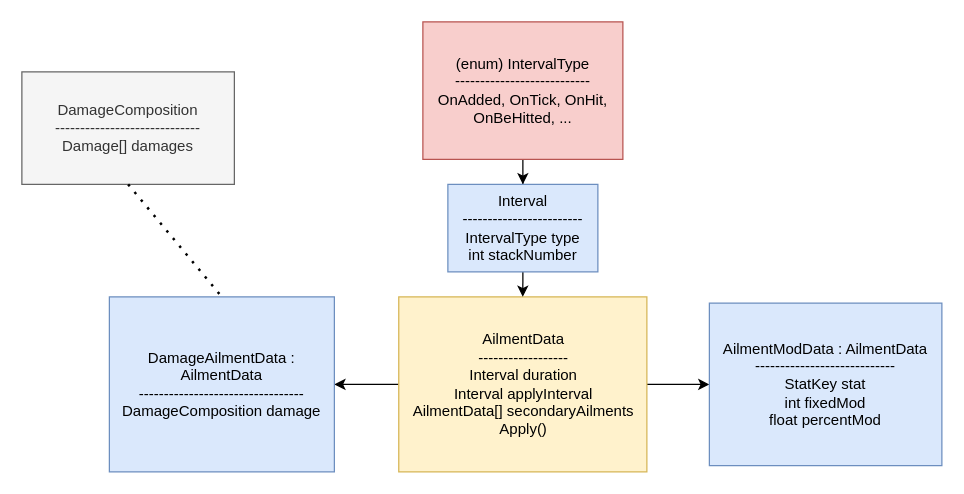
This is page "Ailments" (3 of 8) of workflows/Inventory,Skills & Effects.drawio from moretech1402/Unity-Scripts, a draw.io file, before an edit. Source tidied: cells renumbered, new cells numbered last; positions are measured from the earlier drawing's top-left corner, leaving out a move shared by most shapes. Both pictures are drawn from the tidied source at 125%, with x=0, y=0 at pixel (21, 21).
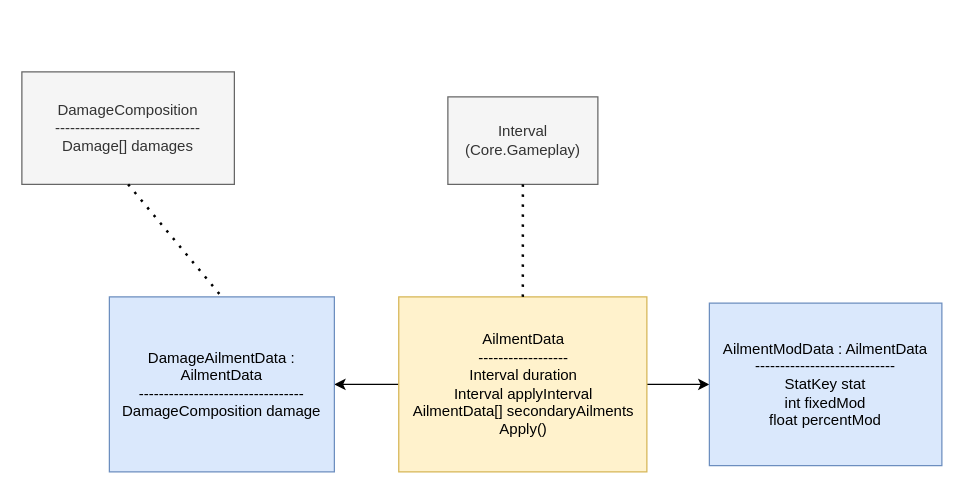
After the change.

Commit message (it also covers changes not shown here):
Update : extra effects with interval (diagram)

What changed in the source:
```diff
@@
 <mxGraphModel>
   <root>
     <mxCell id="0" />
     <mxCell id="1" parent="0" />
     <mxCell id="2" style="edgeStyle=orthogonalEdgeStyle;rounded=0;jettySize=auto;html=1;entryX=1;entryY=0.5;entryDx=0;entryDy=0;" parent="1" edge="1" source="4" target="9">
       <mxGeometry relative="1" as="geometry" />
     </mxCell>
     <mxCell id="3" style="edgeStyle=orthogonalEdgeStyle;rounded=0;jettySize=auto;html=1;exitX=1;exitY=0.5;exitDx=0;exitDy=0;entryX=0;entryY=0.5;entryDx=0;entryDy=0;" parent="1" edge="1" source="4" target="10">
       <mxGeometry relative="1" as="geometry" />
     </mxCell>
     <mxCell id="4" value="AilmentData&lt;div&gt;------------------&lt;/div&gt;&lt;div&gt;Interval duration&lt;/div&gt;&lt;div&gt;Interval applyInterval&lt;/div&gt;&lt;div&gt;AilmentData[] secondaryAilments&lt;/div&gt;&lt;div&gt;Apply()&lt;/div&gt;" style="rounded=0;whiteSpace=wrap;html=1;fillColor=#fff2cc;strokeColor=#d6b656;" parent="1" vertex="1">
       <mxGeometry x="301.5" y="220" width="198.5" height="140" as="geometry" />
     </mxCell>
-    <mxCell id="5" style="edgeStyle=orthogonalEdgeStyle;rounded=0;jettySize=auto;html=1;entryX=0.5;entryY=0;entryDx=0;entryDy=0;" parent="1" edge="1" source="6" target="8">
-      <mxGeometry relative="1" as="geometry" />
-    </mxCell>
-    <mxCell id="6" value="(enum) IntervalType&lt;div&gt;---------------------------&lt;/div&gt;&lt;div&gt;OnAdded, OnTick, OnHit, OnBeHitted, ...&lt;/div&gt;" style="rounded=0;whiteSpace=wrap;html=1;fillColor=#f8cecc;strokeColor=#b85450;" parent="1" vertex="1">
-      <mxGeometry x="320.8" width="160" height="110" as="geometry" />
-    </mxCell>
-    <mxCell id="7" style="edgeStyle=orthogonalEdgeStyle;rounded=0;jettySize=auto;html=1;exitX=0.5;exitY=1;exitDx=0;exitDy=0;entryX=0.5;entryY=0;entryDx=0;entryDy=0;" parent="1" edge="1" source="8" target="4">
-      <mxGeometry relative="1" as="geometry" />
-    </mxCell>
-    <mxCell id="8" value="Interval&lt;div&gt;------------------------&lt;/div&gt;&lt;div&gt;IntervalType type&lt;/div&gt;&lt;div&gt;int stackNumber&lt;/div&gt;" style="rounded=0;whiteSpace=wrap;html=1;fillColor=#dae8fc;strokeColor=#6c8ebf;" parent="1" vertex="1">
-      <mxGeometry x="340.8" y="130" width="120" height="70" as="geometry" />
+    <mxCell id="8" value="Interval (Core.Gameplay)" style="rounded=0;whiteSpace=wrap;html=1;fillColor=#f5f5f5;strokeColor=#666666;fontColor=#333333;" parent="1" vertex="1">
+      <mxGeometry x="340.8" y="60" width="120" height="70" as="geometry" />
     </mxCell>
     <mxCell id="9" value="DamageAilmentData : AilmentData&lt;div&gt;---------------------------------&lt;/div&gt;&lt;div&gt;DamageComposition damage&lt;/div&gt;" style="rounded=0;whiteSpace=wrap;html=1;fillColor=#dae8fc;strokeColor=#6c8ebf;" parent="1" vertex="1">
       <mxGeometry x="70" y="220" width="180" height="140" as="geometry" />
     </mxCell>
     <mxCell id="10" value="AilmentModData : AilmentData&lt;div&gt;----------------------------&lt;/div&gt;&lt;div&gt;StatKey stat&lt;/div&gt;&lt;div&gt;int fixedMod&lt;/div&gt;&lt;div&gt;float percentMod&lt;/div&gt;" style="rounded=0;whiteSpace=wrap;html=1;fillColor=#dae8fc;strokeColor=#6c8ebf;" parent="1" vertex="1">
       <mxGeometry x="550" y="225" width="186" height="130" as="geometry" />
     </mxCell>
     <mxCell id="11" value="DamageComposition&lt;div&gt;-----------------------------&lt;/div&gt;&lt;div&gt;Damage[] damages&lt;/div&gt;" style="rounded=0;whiteSpace=wrap;html=1;fillColor=#f5f5f5;strokeColor=#666666;fontColor=#333333;" parent="1" vertex="1">
       <mxGeometry y="40" width="170" height="90" as="geometry" />
     </mxCell>
     <mxCell id="12" style="endArrow=none;dashed=1;html=1;dashPattern=1 3;strokeWidth=2;rounded=0;entryX=0.5;entryY=0;entryDx=0;entryDy=0;exitX=0.5;exitY=1;exitDx=0;exitDy=0;" parent="1" edge="1" source="11" target="9">
       <mxGeometry relative="1" as="geometry" />
     </mxCell>
+    <mxCell id="13" style="endArrow=none;dashed=1;html=1;dashPattern=1 3;strokeWidth=2;rounded=0;entryX=0.5;entryY=1;entryDx=0;entryDy=0;exitX=0.5;exitY=0;exitDx=0;exitDy=0;" parent="1" edge="1" source="4" target="8">
+      <mxGeometry relative="1" as="geometry" />
+    </mxCell>
   </root>
 </mxGraphModel>
```
